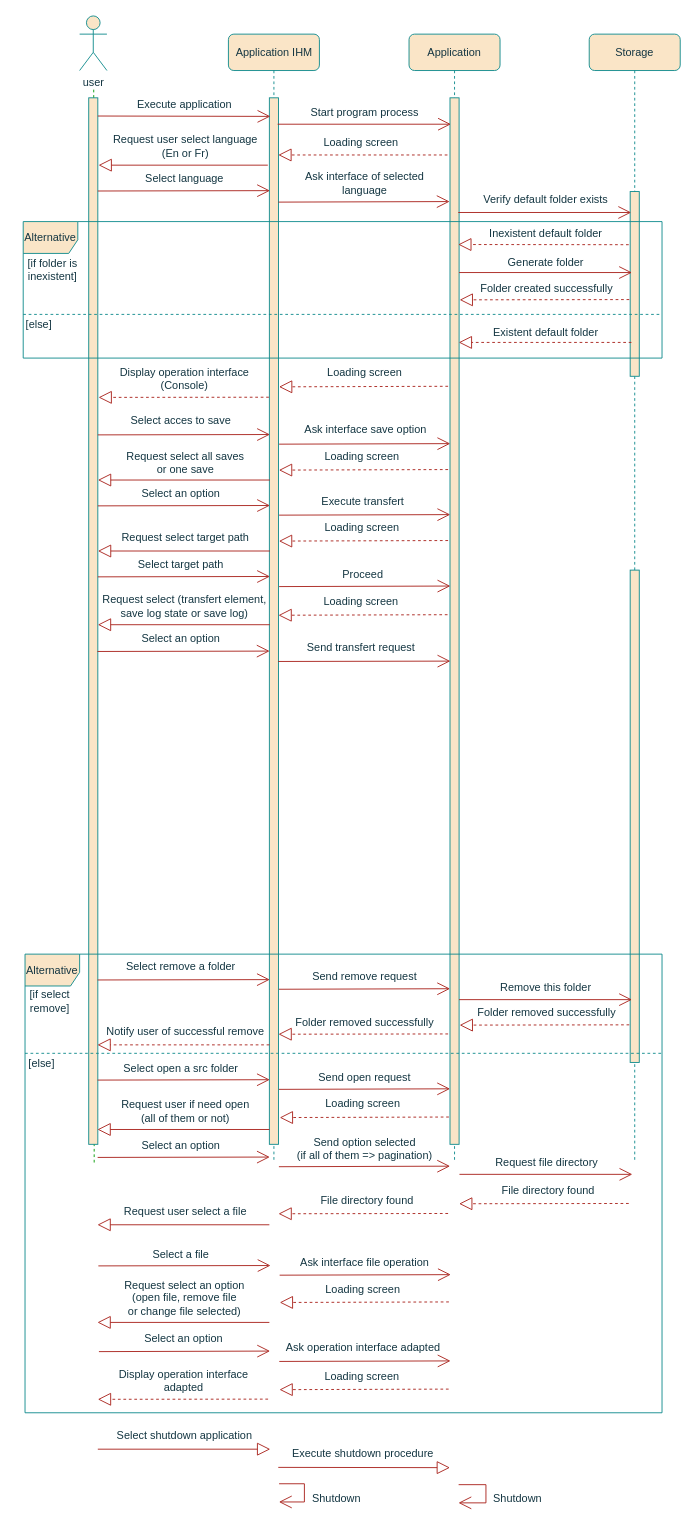
Above: page "Page-1" (1 of 3) of consult diagram.drawio in Weicheng178/UML (draw.io), before the change. Source tidied: cells renumbered, new cells numbered last; positions are measured from the earlier drawing's top-left corner, leaving out a move shared by most shapes. Both pictures are drawn from the tidied source at 91%, with x=0, y=0 at pixel (15, 15).
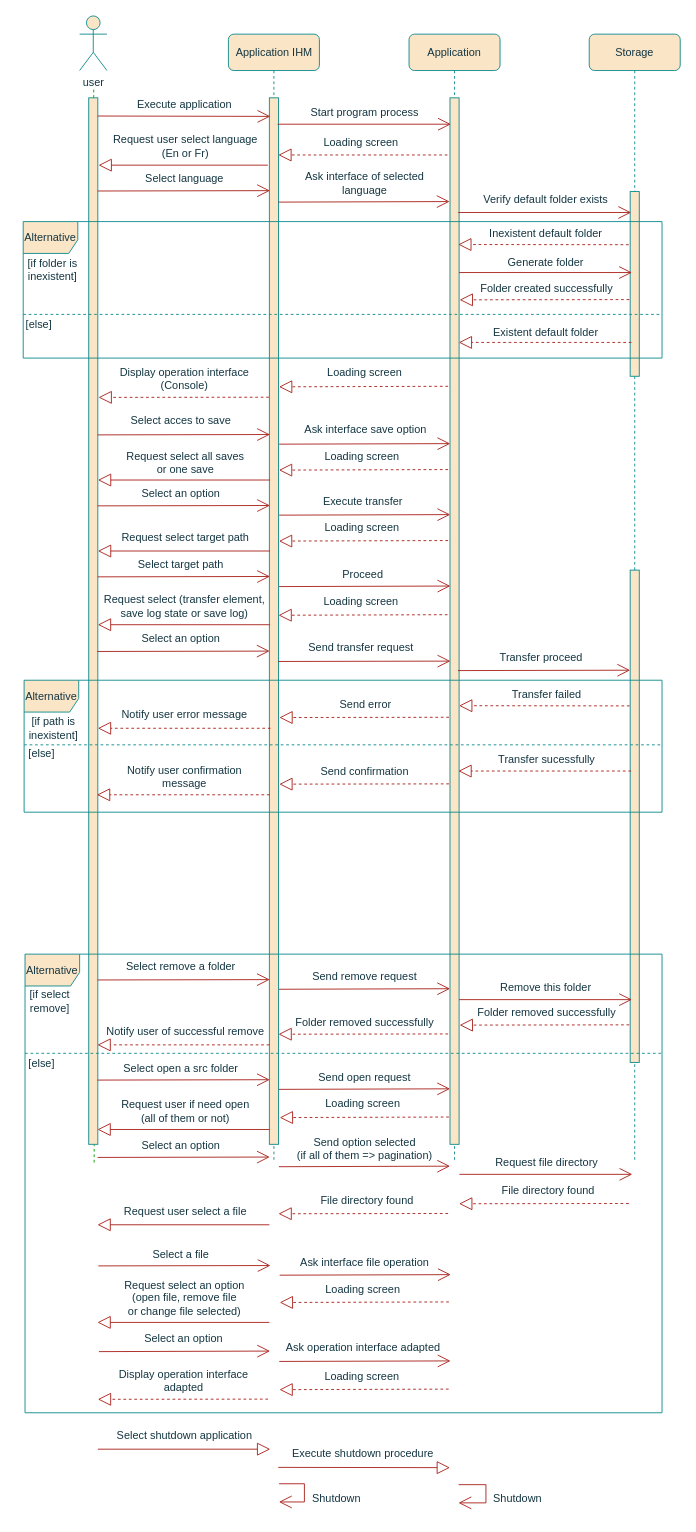
The same diagram, later.

What changed in the source:
```diff
@@
-    <mxCell id="65" value="Execute transfert" style="text;html=1;align=center;verticalAlign=middle;strokeColor=none;fillColor=none;rounded=1;fontColor=#143642;" parent="1" vertex="1">
+    <mxCell id="65" value="Execute transfer" style="text;html=1;align=center;verticalAlign=middle;strokeColor=none;fillColor=none;rounded=1;fontColor=#143642;" parent="1" vertex="1">
       <mxGeometry x="325.5" y="518.5" width="110" height="30" as="geometry" />
     </mxCell>
@@
-    <mxCell id="124" value="Request select (transfert element, &lt;br&gt;save log state or save log)" style="text;html=1;align=center;verticalAlign=middle;strokeColor=none;fillColor=none;rounded=1;fontColor=#143642;" parent="1" vertex="1">
+    <mxCell id="124" value="Request select (transfer element, &lt;br&gt;save log state or save log)" style="text;html=1;align=center;verticalAlign=middle;strokeColor=none;fillColor=none;rounded=1;fontColor=#143642;" parent="1" vertex="1">
       <mxGeometry x="85.2" y="629" width="200" height="40" as="geometry" />
     </mxCell>
@@
-    <mxCell id="126" value="Send transfert request" style="text;html=1;align=center;verticalAlign=middle;strokeColor=none;fillColor=none;rounded=1;fontColor=#143642;" parent="1" vertex="1">
+    <mxCell id="126" value="Send transfer request" style="text;html=1;align=center;verticalAlign=middle;strokeColor=none;fillColor=none;rounded=1;fontColor=#143642;" parent="1" vertex="1">
       <mxGeometry x="309" y="679" width="140" height="30" as="geometry" />
     </mxCell>
@@
+    <mxCell id="130" value="Transfer proceed" style="text;html=1;align=center;verticalAlign=middle;strokeColor=none;fillColor=none;rounded=1;fontColor=#143642;" parent="1" vertex="1">
+      <mxGeometry x="521.5" y="690" width="110" height="30" as="geometry" />
+    </mxCell>
+    <mxCell id="131" style="endArrow=open;endFill=1;endSize=12;html=1;rounded=1;entryX=0.071;entryY=0.165;entryDx=0;entryDy=0;entryPerimeter=0;labelBackgroundColor=#DAD2D8;strokeColor=#A8201A;fontColor=#143642;" parent="1" edge="1">
+      <mxGeometry relative="1" as="geometry">
+        <mxPoint x="485.8" y="719.4" as="sourcePoint" />
+        <mxPoint x="675" y="719" as="targetPoint" />
+      </mxGeometry>
+    </mxCell>
+    <mxCell id="132" value="Alternative" style="shape=umlFrame;whiteSpace=wrap;html=1;width=60;height=35;fillColor=#FAE5C7;strokeColor=#0F8B8D;fontColor=#143642;" parent="1" vertex="1">
+      <mxGeometry x="9" y="730" width="701" height="145" as="geometry" />
+    </mxCell>
+    <mxCell id="133" value="[if path is &lt;br&gt;inexistent]" style="text;html=1;align=center;verticalAlign=middle;strokeColor=none;fillColor=none;fontColor=#143642;" parent="1" vertex="1">
+      <mxGeometry x="1" y="763" width="80" height="40" as="geometry" />
+    </mxCell>
+    <mxCell id="134" value="[else]" style="text;html=1;align=center;verticalAlign=middle;strokeColor=none;fillColor=none;fontColor=#143642;" parent="1" vertex="1">
+      <mxGeometry x="3" y="796" width="50" height="30" as="geometry" />
+    </mxCell>
+    <mxCell id="135" style="line;strokeWidth=1;fillColor=none;align=left;verticalAlign=middle;spacingTop=-1;spacingLeft=3;spacingRight=3;labelPosition=right;dashed=1;labelBackgroundColor=#DAD2D8;strokeColor=#0F8B8D;fontColor=#143642;" parent="1" vertex="1">
+      <mxGeometry x="9" y="797" width="700" height="8" as="geometry" />
+    </mxCell>
+    <mxCell id="136" style="endArrow=block;dashed=1;endFill=0;endSize=12;html=1;rounded=1;exitX=-0.161;exitY=0.058;exitDx=0;exitDy=0;exitPerimeter=0;labelBackgroundColor=#DAD2D8;strokeColor=#A8201A;fontColor=#143642;" parent="1" edge="1">
+      <mxGeometry relative="1" as="geometry">
+        <mxPoint x="674.4" y="758.2" as="sourcePoint" />
+        <mxPoint x="487" y="758" as="targetPoint" />
+      </mxGeometry>
+    </mxCell>
+    <mxCell id="137" style="endArrow=block;dashed=1;endFill=0;endSize=12;html=1;rounded=1;targetPerimeterSpacing=-4;sourcePerimeterSpacing=3;labelBackgroundColor=#DAD2D8;strokeColor=#A8201A;fontColor=#143642;" parent="1" edge="1">
+      <mxGeometry relative="1" as="geometry">
+        <mxPoint x="676" y="829.8" as="sourcePoint" />
+        <mxPoint x="486.2" y="829.8" as="targetPoint" />
+      </mxGeometry>
+    </mxCell>
+    <mxCell id="138" value="Transfer failed" style="text;html=1;align=center;verticalAlign=middle;strokeColor=none;fillColor=none;rounded=1;fontColor=#143642;" parent="1" vertex="1">
+      <mxGeometry x="533" y="731" width="100" height="30" as="geometry" />
+    </mxCell>
+    <mxCell id="139" value="Transfer sucessfully" style="text;html=1;align=center;verticalAlign=middle;strokeColor=none;fillColor=none;rounded=1;fontColor=#143642;" parent="1" vertex="1">
+      <mxGeometry x="518.1" y="802" width="130" height="30" as="geometry" />
+    </mxCell>
+    <mxCell id="140" style="endArrow=block;dashed=1;endFill=0;endSize=12;html=1;rounded=1;targetPerimeterSpacing=-4;sourcePerimeterSpacing=3;exitX=-0.099;exitY=0.603;exitDx=0;exitDy=0;exitPerimeter=0;labelBackgroundColor=#DAD2D8;strokeColor=#A8201A;fontColor=#143642;" parent="1" edge="1">
+      <mxGeometry relative="1" as="geometry">
+        <mxPoint x="475.9" y="770.7" as="sourcePoint" />
+        <mxPoint x="289.5" y="771" as="targetPoint" />
+      </mxGeometry>
+    </mxCell>
+    <mxCell id="141" value="Send error" style="text;html=1;align=center;verticalAlign=middle;strokeColor=none;fillColor=none;rounded=1;fontColor=#143642;" parent="1" vertex="1">
+      <mxGeometry x="344.4" y="742" width="80" height="30" as="geometry" />
+    </mxCell>
+    <mxCell id="142" style="endArrow=block;endFill=0;endSize=12;html=1;rounded=1;labelBackgroundColor=#DAD2D8;strokeColor=#A8201A;fontColor=#143642;dashed=1;" parent="1" edge="1">
+      <mxGeometry relative="1" as="geometry">
+        <mxPoint x="279.8" y="782.8" as="sourcePoint" />
+        <mxPoint x="90" y="782.8" as="targetPoint" />
+      </mxGeometry>
+    </mxCell>
+    <mxCell id="143" value="Notify user error message" style="text;html=1;align=center;verticalAlign=middle;strokeColor=none;fillColor=none;rounded=1;fontColor=#143642;" parent="1" vertex="1">
+      <mxGeometry x="105.4" y="752.8" width="160" height="30" as="geometry" />
+    </mxCell>
+    <mxCell id="144" style="endArrow=block;dashed=1;endFill=0;endSize=12;html=1;rounded=1;targetPerimeterSpacing=-4;sourcePerimeterSpacing=3;exitX=-0.099;exitY=0.603;exitDx=0;exitDy=0;exitPerimeter=0;labelBackgroundColor=#DAD2D8;strokeColor=#A8201A;fontColor=#143642;" parent="1" edge="1">
+      <mxGeometry relative="1" as="geometry">
+        <mxPoint x="475.9" y="843.9" as="sourcePoint" />
+        <mxPoint x="289.4" y="844.2" as="targetPoint" />
+      </mxGeometry>
+    </mxCell>
+    <mxCell id="145" value="Send confirmation" style="text;html=1;align=center;verticalAlign=middle;strokeColor=none;fillColor=none;rounded=1;fontColor=#143642;" parent="1" vertex="1">
+      <mxGeometry x="322.8" y="815.9" width="120" height="30" as="geometry" />
+    </mxCell>
+    <mxCell id="146" style="endArrow=block;endFill=0;endSize=12;html=1;rounded=1;labelBackgroundColor=#DAD2D8;strokeColor=#A8201A;fontColor=#143642;dashed=1;" parent="1" edge="1">
+      <mxGeometry relative="1" as="geometry">
+        <mxPoint x="278.8" y="855.9" as="sourcePoint" />
+        <mxPoint x="89" y="855.9" as="targetPoint" />
+      </mxGeometry>
+    </mxCell>
+    <mxCell id="147" value="Notify user confirmation &lt;br&gt;message" style="text;html=1;align=center;verticalAlign=middle;strokeColor=none;fillColor=none;rounded=1;fontColor=#143642;" parent="1" vertex="1">
+      <mxGeometry x="110.4" y="815.9" width="150" height="40" as="geometry" />
+    </mxCell>
```
